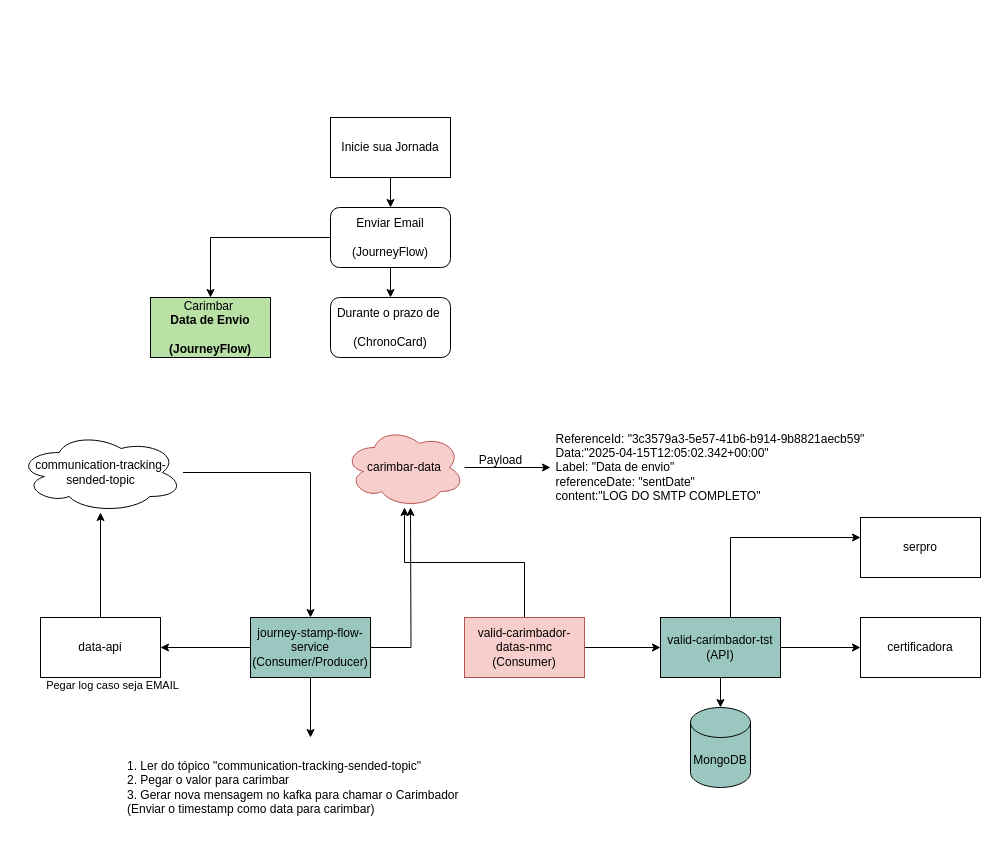
Above: page "Desenho Jornada Carimbo Envio de Email com Back" (3 of 3) of Diagrama Journey.drawio in caio-bueno/draws-valid (draw.io), before the change. Source tidied: cells renumbered, new cells numbered last; positions are measured from the earlier drawing's top-left corner, leaving out a move shared by most shapes. Both pictures are drawn from the tidied source at 100%, with x=0, y=0 at pixel (18, 117).
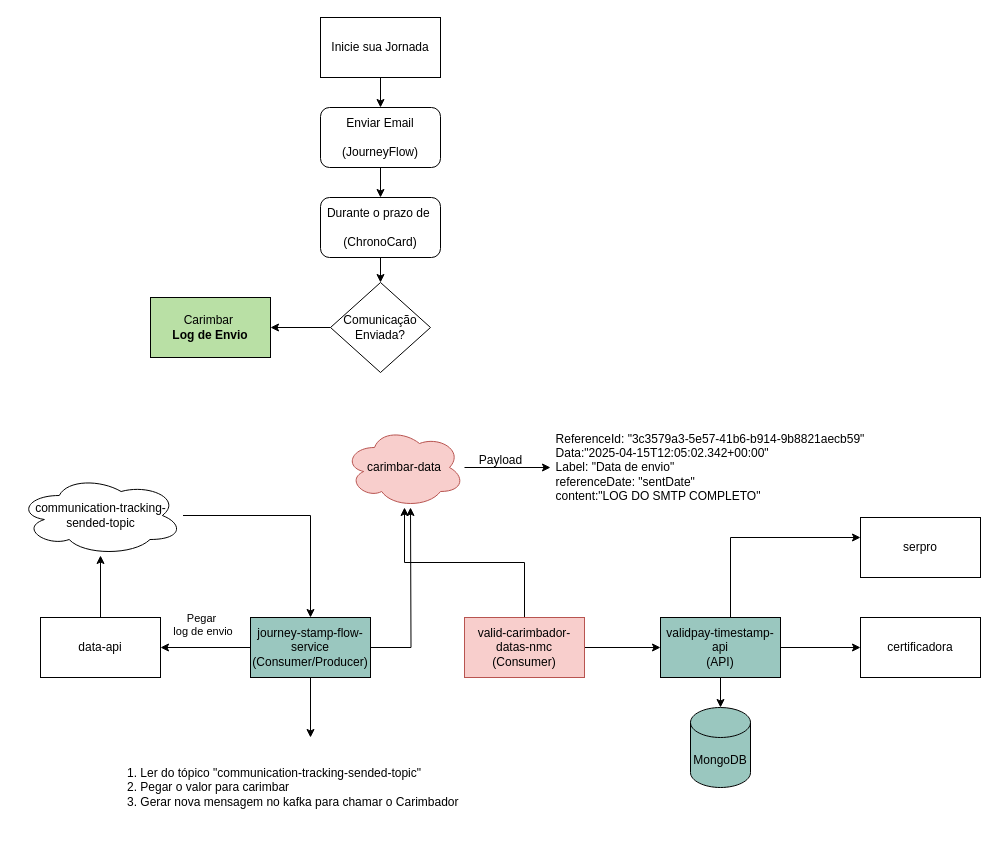
Above is the later version.

Unchanged cells that the change refers to:
```xml
<mxCell id="12" style="edgeStyle=orthogonalEdgeStyle;rounded=0;jettySize=auto;html=1;" parent="1" edge="1" source="14" target="16">
  <mxGeometry relative="1" as="geometry" />
</mxCell>
```

Diff of the diagram source:
```diff
@@
     <mxCell id="3" value="Inicie sua Jornada" style="rounded=0;whiteSpace=wrap;html=1;" parent="1" vertex="1">
-      <mxGeometry x="312" width="120" height="60" as="geometry" />
+      <mxGeometry x="302" y="-100" width="120" height="60" as="geometry" />
     </mxCell>
@@
-    <mxCell id="5" style="edgeStyle=orthogonalEdgeStyle;rounded=0;jettySize=auto;html=1;" parent="1" edge="1" source="6" target="8">
-      <mxGeometry relative="1" as="geometry" />
-    </mxCell>
     <mxCell id="6" value="Enviar Email&lt;div&gt;&lt;br&gt;&lt;/div&gt;&lt;div&gt;(JourneyFlow)&lt;/div&gt;" style="rounded=1;whiteSpace=wrap;html=1;" parent="1" vertex="1">
-      <mxGeometry x="312" y="90" width="120" height="60" as="geometry" />
+      <mxGeometry x="302" y="-10" width="120" height="60" as="geometry" />
     </mxCell>
+    <mxCell id="33" style="edgeStyle=orthogonalEdgeStyle;rounded=0;jettySize=auto;html=1;" parent="1" edge="1" source="7" target="36">
+      <mxGeometry relative="1" as="geometry" />
+    </mxCell>
     <mxCell id="7" value="Durante o prazo de&amp;nbsp;&lt;div&gt;&lt;br&gt;&lt;/div&gt;&lt;div&gt;(ChronoCard)&lt;/div&gt;" style="whiteSpace=wrap;html=1;rounded=1;" parent="1" vertex="1">
-      <mxGeometry x="312" y="180" width="120" height="60" as="geometry" />
+      <mxGeometry x="302" y="80" width="120" height="60" as="geometry" />
     </mxCell>
-    <mxCell id="8" value="Carimbar&amp;nbsp;&lt;div&gt;&lt;b&gt;Data de Envio&lt;/b&gt;&lt;/div&gt;&lt;div&gt;&lt;b&gt;&lt;br&gt;&lt;/b&gt;&lt;/div&gt;&lt;div&gt;&lt;b&gt;(JourneyFlow)&lt;/b&gt;&lt;/div&gt;" style="rounded=0;whiteSpace=wrap;html=1;fillColor=#B9E0A5;strokeColor=#000000;" parent="1" vertex="1">
+    <mxCell id="8" value="Carimbar&amp;nbsp;&lt;div&gt;&lt;b&gt;Log de Envio&lt;/b&gt;&lt;/div&gt;" style="rounded=0;whiteSpace=wrap;html=1;fillColor=#B9E0A5;strokeColor=#000000;" parent="1" vertex="1">
       <mxGeometry x="132" y="180" width="120" height="60" as="geometry" />
     </mxCell>
-    <mxCell id="9" value="1. Ler do tópico &quot;communication-tracking-sended-topic&quot;&lt;div style=&quot;&quot;&gt;&lt;span style=&quot;background-color: transparent; color: light-dark(rgb(0, 0, 0), rgb(255, 255, 255));&quot;&gt;2. Pegar o valor para carimbar&amp;nbsp;&lt;/span&gt;&lt;/div&gt;&lt;div&gt;&lt;span style=&quot;background-color: transparent; color: light-dark(rgb(0, 0, 0), rgb(255, 255, 255));&quot;&gt;3. Gerar nova mensagem no kafka para chamar o Carimbador (&lt;/span&gt;&lt;span style=&quot;background-color: transparent; color: light-dark(rgb(0, 0, 0), rgb(255, 255, 255));&quot;&gt;Enviar o timestamp como data para carimbar)&lt;/span&gt;&lt;/div&gt;" style="text;html=1;align=left;verticalAlign=middle;whiteSpace=wrap;rounded=0;" parent="1" vertex="1">
+    <mxCell id="9" value="1. Ler do tópico &quot;communication-tracking-sended-topic&quot;&lt;div style=&quot;&quot;&gt;&lt;span style=&quot;background-color: transparent; color: light-dark(rgb(0, 0, 0), rgb(255, 255, 255));&quot;&gt;2. Pegar o valor para carimbar&amp;nbsp;&lt;/span&gt;&lt;/div&gt;&lt;div&gt;&lt;span style=&quot;background-color: transparent; color: light-dark(rgb(0, 0, 0), rgb(255, 255, 255));&quot;&gt;3. Gerar nova mensagem no kafka para chamar o Carimbador&amp;nbsp;&lt;/span&gt;&lt;/div&gt;" style="text;html=1;align=left;verticalAlign=middle;whiteSpace=wrap;rounded=0;" parent="1" vertex="1">
       <mxGeometry x="107" y="620" width="370" height="100" as="geometry" />
     </mxCell>
@@
-    <mxCell id="13" value="&lt;div&gt;&lt;br&gt;&lt;/div&gt;Pegar log caso seja EMAIL" style="edgeLabel;html=1;align=center;verticalAlign=middle;" parent="12" vertex="1">
-      <mxGeometry x="-0.19" relative="1" as="geometry">
-        <mxPoint x="-103" y="30" as="offset" />
-      </mxGeometry>
-    </mxCell>
+    <mxCell id="34" value="&lt;br&gt;&lt;div&gt;Pegar&lt;/div&gt;&lt;div&gt;&amp;nbsp;log de envio&lt;/div&gt;" style="edgeLabel;html=1;align=center;verticalAlign=middle;" parent="12" vertex="1">
+      <mxGeometry x="0.18" y="4" relative="1" as="geometry">
+        <mxPoint x="3" y="-34" as="offset" />
+      </mxGeometry>
+    </mxCell>
@@
     <mxCell id="18" value="&lt;span style=&quot;text-align: left;&quot;&gt;communication-tracking-sended-topic&lt;/span&gt;" style="ellipse;shape=cloud;whiteSpace=wrap;html=1;" parent="1" vertex="1">
-      <mxGeometry x="-0.5" y="315" width="165" height="80" as="geometry" />
+      <mxGeometry x="-0.5" y="358" width="165" height="80" as="geometry" />
     </mxCell>
@@
-    <mxCell id="27" value="valid-carimbador-tst&lt;div&gt;(API)&lt;/div&gt;" style="rounded=0;whiteSpace=wrap;html=1;fillColor=#9AC7BF;strokeColor=#000000;" parent="1" vertex="1">
+    <mxCell id="27" value="validpay-timestamp-api&lt;div&gt;(API)&lt;/div&gt;" style="rounded=0;whiteSpace=wrap;html=1;fillColor=#9AC7BF;strokeColor=#000000;" parent="1" vertex="1">
       <mxGeometry x="642" y="500" width="120" height="60" as="geometry" />
     </mxCell>
@@
+    <mxCell id="35" style="edgeStyle=orthogonalEdgeStyle;rounded=0;jettySize=auto;html=1;" parent="1" edge="1" source="36" target="8">
+      <mxGeometry relative="1" as="geometry" />
+    </mxCell>
+    <mxCell id="36" value="Comunicação Enviada?" style="rhombus;whiteSpace=wrap;html=1;" parent="1" vertex="1">
+      <mxGeometry x="312" y="165" width="100" height="90" as="geometry" />
+    </mxCell>
```
